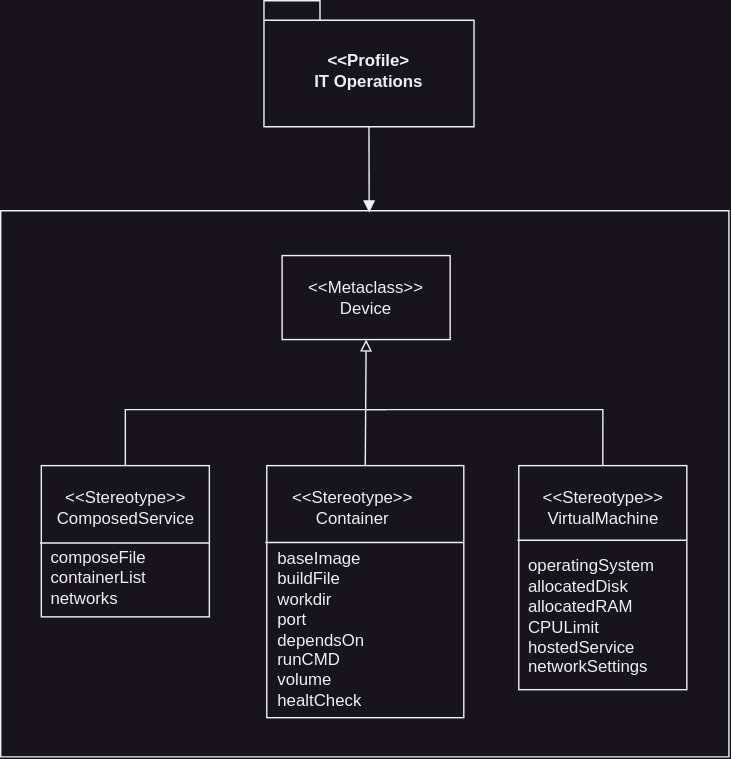
The draw.io diagram documentation/diagrams/profile-deployment.drawio.svg in pavelberanek91/gdtwins, before a commit. Source tidied: cells renumbered, new cells last; positions are measured from the earlier drawing's top-left corner, leaving out a move shared by most shapes.
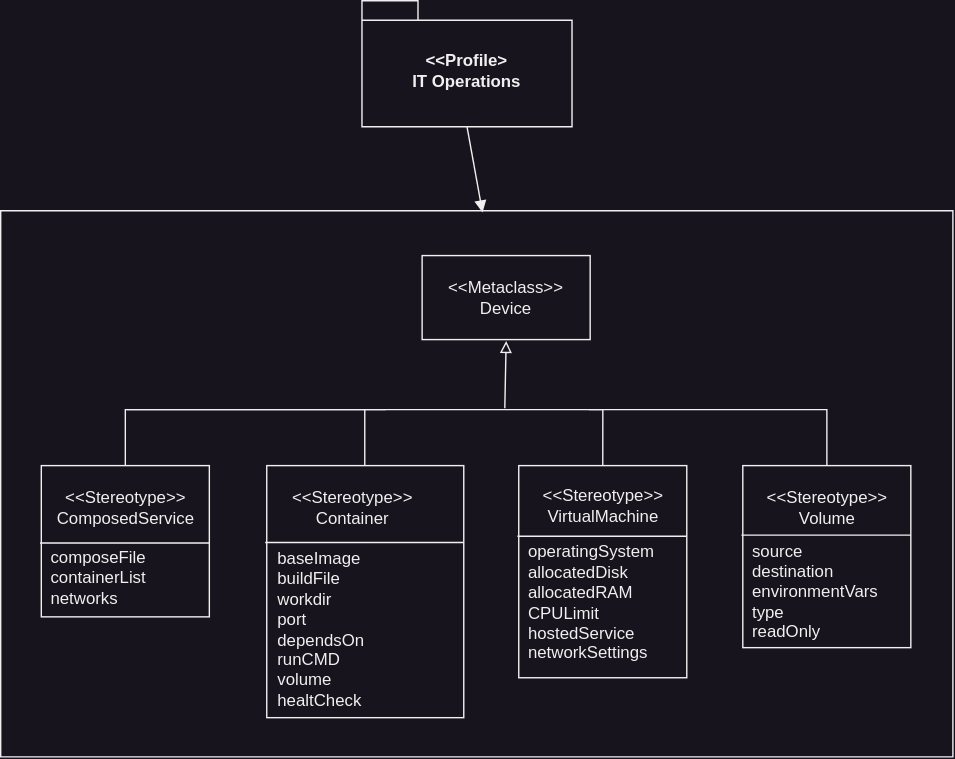
The same file after the commit.

Commit message:
added volume stereotype to profile diagram of IT operations

What changed in the source:
```diff
@@ -3,13 +3,13 @@
     <mxCell id="0" />
     <mxCell id="1" parent="0" />
     <mxCell id="2" style="verticalLabelPosition=bottom;verticalAlign=top;html=1;shape=mxgraph.basic.rect;fillColor2=none;strokeWidth=1;size=20;indent=5;" parent="1" vertex="1">
-      <mxGeometry y="150" width="520" height="390" as="geometry" />
+      <mxGeometry y="150" width="680" height="390" as="geometry" />
     </mxCell>
     <mxCell id="3" value="&amp;lt;&amp;lt;Metaclass&amp;gt;&amp;gt;&lt;div&gt;Device&lt;/div&gt;" style="rounded=0;whiteSpace=wrap;html=1;" parent="1" vertex="1">
-      <mxGeometry x="201" y="182" width="120" height="60" as="geometry" />
+      <mxGeometry x="301" y="182" width="120" height="60" as="geometry" />
     </mxCell>
     <mxCell id="4" value="&lt;div&gt;&amp;lt;&amp;lt;Profile&amp;gt;&lt;br&gt;&lt;span style=&quot;background-color: initial;&quot;&gt;IT Operations&lt;/span&gt;&lt;/div&gt;" style="shape=folder;fontStyle=1;spacingTop=10;tabWidth=40;tabHeight=14;tabPosition=left;html=1;whiteSpace=wrap;" parent="1" vertex="1">
-      <mxGeometry x="188" width="150" height="90" as="geometry" />
+      <mxGeometry x="258" width="150" height="90" as="geometry" />
     </mxCell>
     <mxCell id="5" style="group;" parent="1" vertex="1">
       <mxGeometry x="190" y="332" width="170" height="184" as="geometry" />
@@ -30,22 +30,22 @@
       <mxGeometry x="5.9" y="52" width="90" height="130" as="geometry" />
     </mxCell>
     <mxCell id="10" style="group;" parent="1" vertex="1">
-      <mxGeometry x="370" y="332" width="120" height="188" as="geometry" />
+      <mxGeometry x="370" y="332" width="120" height="178" as="geometry" />
     </mxCell>
     <mxCell id="11" style="rounded=0;whiteSpace=wrap;html=1;" parent="10" vertex="1">
-      <mxGeometry width="120" height="160" as="geometry" />
+      <mxGeometry width="120" height="151.5" as="geometry" />
     </mxCell>
     <mxCell id="12" value="&amp;lt;&amp;lt;Stereotype&amp;gt;&amp;gt;&lt;br&gt;VirtualMachine" style="text;html=1;align=center;verticalAlign=middle;strokeColor=none;fillColor=none;" parent="10" vertex="1">
-      <mxGeometry x="5" y="10" width="110" height="40" as="geometry" />
+      <mxGeometry x="5" y="9.5" width="110" height="40" as="geometry" />
     </mxCell>
     <mxCell id="13" style="endArrow=none;html=1;rounded=0;entryX=1;entryY=0.333;entryDx=0;entryDy=0;entryPerimeter=0;exitX=-0.008;exitY=0.333;exitDx=0;exitDy=0;exitPerimeter=0;" parent="10" edge="1" source="11" target="11">
       <mxGeometry relative="1" as="geometry" />
     </mxCell>
-    <mxCell id="14" value="&lt;div&gt;operatingSystem&lt;br&gt;&lt;/div&gt;allocatedDisk&lt;div&gt;allocatedRAM&lt;/div&gt;&lt;div&gt;CPULimit&lt;/div&gt;&lt;div&gt;hostedService&lt;/div&gt;&lt;div&gt;networkSettings&lt;/div&gt;" style="text;html=1;align=left;verticalAlign=middle;strokeColor=none;fillColor=none;" parent="10" vertex="1">
-      <mxGeometry x="5" y="58" width="110" height="100" as="geometry" />
-    </mxCell>
-    <mxCell id="15" style="endArrow=block;html=1;rounded=0;entryX=0.5;entryY=1;entryDx=0;entryDy=0;exitX=0.5;exitY=0;exitDx=0;exitDy=0;endFill=0;" parent="1" edge="1" source="6" target="3">
-      <mxGeometry relative="1" as="geometry" />
+    <mxCell id="15" style="endArrow=block;html=1;rounded=0;entryX=0.5;entryY=1;entryDx=0;entryDy=0;endFill=0;" parent="1" edge="1">
+      <mxGeometry relative="1" as="geometry">
+        <mxPoint x="360" y="291" as="sourcePoint" />
+        <mxPoint x="361" y="243" as="targetPoint" />
+      </mxGeometry>
     </mxCell>
     <mxCell id="16" style="endArrow=none;html=1;rounded=0;entryX=0.5;entryY=0;entryDx=0;entryDy=0;" parent="1" edge="1" target="11">
       <mxGeometry relative="1" as="geometry">
@@ -82,5 +82,44 @@
     <mxCell id="22" value="&lt;div&gt;composeFile&lt;/div&gt;containerList&lt;div&gt;&lt;span style=&quot;background-color: initial;&quot;&gt;networks&lt;/span&gt;&lt;/div&gt;" style="text;html=1;align=left;verticalAlign=middle;strokeColor=none;fillColor=none;" parent="1" vertex="1">
       <mxGeometry x="34" y="382" width="90" height="60" as="geometry" />
     </mxCell>
+    <mxCell id="23" style="group;" parent="1" vertex="1">
+      <mxGeometry x="530" y="332" width="120" height="188" as="geometry" />
+    </mxCell>
+    <mxCell id="24" style="rounded=0;whiteSpace=wrap;html=1;" parent="23" vertex="1">
+      <mxGeometry width="120" height="130" as="geometry" />
+    </mxCell>
+    <mxCell id="25" value="&amp;lt;&amp;lt;Stereotype&amp;gt;&amp;gt;&lt;br&gt;Volume" style="text;html=1;align=center;verticalAlign=middle;strokeColor=none;fillColor=none;" parent="23" vertex="1">
+      <mxGeometry x="5" y="10" width="110" height="40" as="geometry" />
+    </mxCell>
+    <mxCell id="26" style="endArrow=none;html=1;rounded=0;entryX=1;entryY=0.333;entryDx=0;entryDy=0;entryPerimeter=0;exitX=-0.008;exitY=0.333;exitDx=0;exitDy=0;exitPerimeter=0;" parent="23" edge="1">
+      <mxGeometry relative="1" as="geometry">
+        <mxPoint x="-1" y="49.6" as="sourcePoint" />
+        <mxPoint x="120" y="49.6" as="targetPoint" />
+      </mxGeometry>
+    </mxCell>
+    <mxCell id="27" style="endArrow=none;html=1;rounded=0;entryX=0.5;entryY=0;entryDx=0;entryDy=0;" parent="1" edge="1">
+      <mxGeometry relative="1" as="geometry">
+        <mxPoint x="420" y="292" as="sourcePoint" />
+        <mxPoint x="590" y="332" as="targetPoint" />
+        <Array as="points">
+          <mxPoint x="590" y="292" />
+        </Array>
+      </mxGeometry>
+    </mxCell>
+    <mxCell id="28" style="endArrow=none;html=1;rounded=0;entryX=0.5;entryY=0;entryDx=0;entryDy=0;" parent="1" edge="1">
+      <mxGeometry relative="1" as="geometry">
+        <mxPoint x="90" y="292" as="sourcePoint" />
+        <mxPoint x="260" y="332" as="targetPoint" />
+        <Array as="points">
+          <mxPoint x="260" y="292" />
+        </Array>
+      </mxGeometry>
+    </mxCell>
+    <mxCell id="29" value="&lt;div&gt;source&lt;/div&gt;&lt;div&gt;destination&lt;/div&gt;&lt;div&gt;environmentVars&lt;/div&gt;&lt;div&gt;type&lt;/div&gt;&lt;div&gt;readOnly&lt;/div&gt;" style="text;html=1;align=left;verticalAlign=middle;strokeColor=none;fillColor=none;" parent="1" vertex="1">
+      <mxGeometry x="535" y="377" width="110" height="90" as="geometry" />
+    </mxCell>
+    <mxCell id="14" value="&lt;div&gt;operatingSystem&lt;br&gt;&lt;/div&gt;allocatedDisk&lt;div&gt;allocatedRAM&lt;/div&gt;&lt;div&gt;CPULimit&lt;/div&gt;&lt;div&gt;hostedService&lt;/div&gt;&lt;div&gt;networkSettings&lt;/div&gt;" style="text;html=1;align=left;verticalAlign=middle;strokeColor=none;fillColor=none;" parent="1" vertex="1">
+      <mxGeometry x="375" y="380.1" width="110" height="100" as="geometry" />
+    </mxCell>
   </root>
 </mxGraphModel>
```
